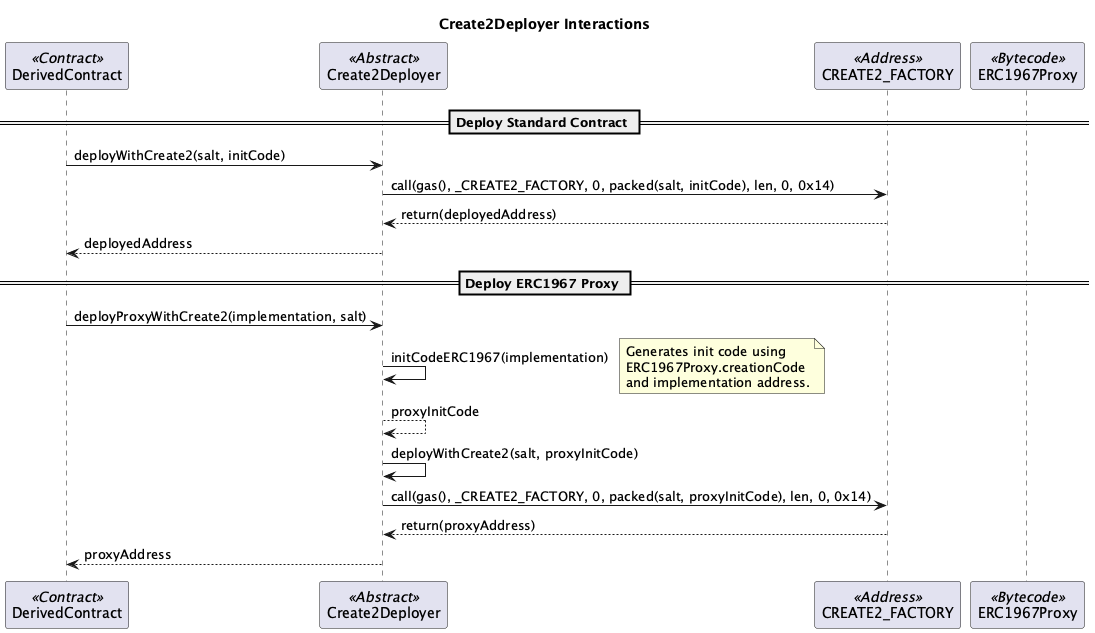
Before: diagrams/diag-images/base/Create2Deployer_Sequence.png, a diagram exported from PlantUML (swollows/berachain-core).
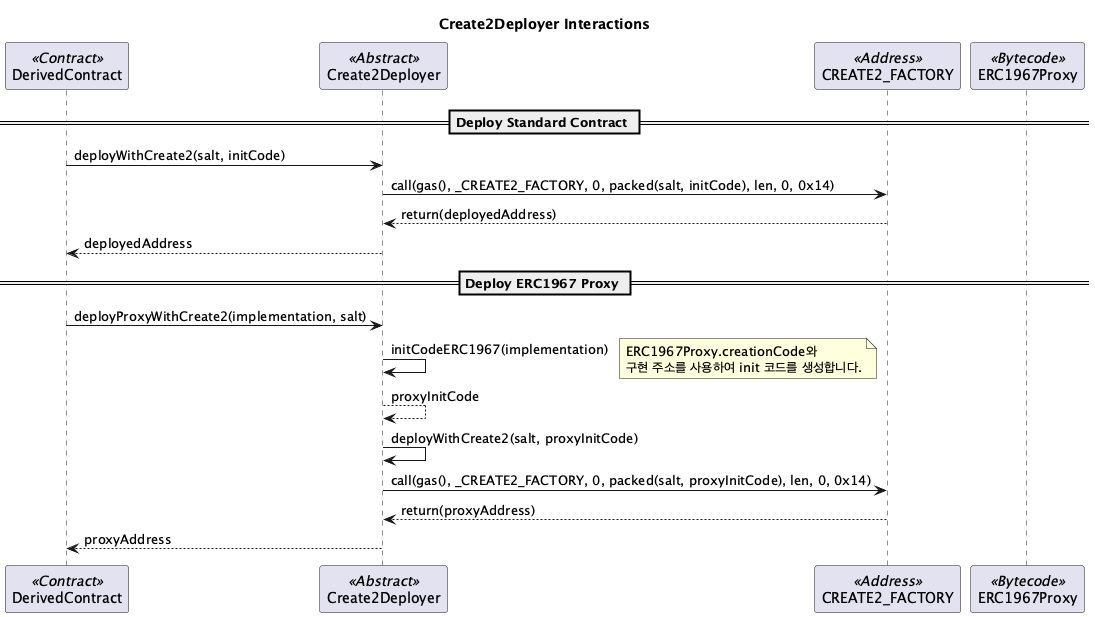
After the commit.

What changed in the source:
```diff
@@ -15,7 +15,7 @@
 == Deploy ERC1967 Proxy ==
 DerivedContract -> Create2Deployer: deployProxyWithCreate2(implementation, salt)
 Create2Deployer -> Create2Deployer: initCodeERC1967(implementation)
-note right: Generates init code using\nERC1967Proxy.creationCode\nand implementation address.
+note right: ERC1967Proxy.creationCode와\n구현 주소를 사용하여 init 코드를 생성합니다.
 Create2Deployer --> Create2Deployer: proxyInitCode
 Create2Deployer -> Create2Deployer: deployWithCreate2(salt, proxyInitCode)
 Create2Deployer -> CREATE2_FACTORY: call(gas(), _CREATE2_FACTORY, 0, packed(salt, proxyInitCode), len, 0, 0x14)
```
